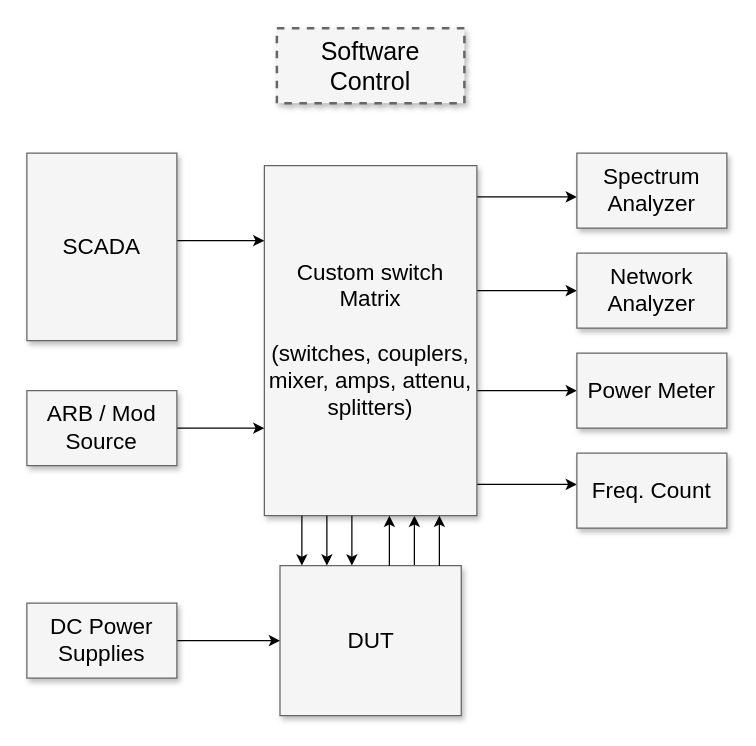
Before: OEE.drawio in IlScottlI/docs, a draw.io diagram. Source tidied: cells renumbered, new cells numbered last; positions are measured from the earlier drawing's top-left corner, leaving out a move shared by most shapes. Both pictures are drawn from the tidied source at 125%, with x=0, y=0 at pixel (26, 28).
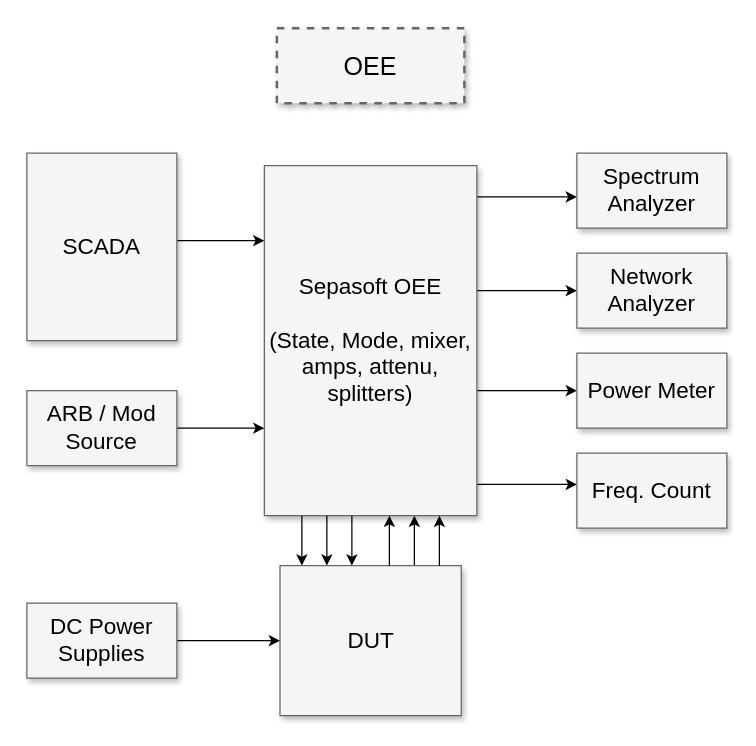
After the change.

The edit, as a diff of the source:
```diff
@@
-    <mxCell id="2" value="Software Control" style="whiteSpace=wrap;html=1;shadow=1;fontSize=20;fillColor=#f5f5f5;strokeColor=#666666;strokeWidth=2;dashed=1;" parent="1" vertex="1">
+    <mxCell id="2" value="OEE" style="whiteSpace=wrap;html=1;shadow=1;fontSize=20;fillColor=#f5f5f5;strokeColor=#666666;strokeWidth=2;dashed=1;" parent="1" vertex="1">
       <mxGeometry x="200" width="150" height="60" as="geometry" />
     </mxCell>
@@
-    <mxCell id="8" value="Custom switch Matrix&lt;div&gt;&lt;br&gt;&lt;/div&gt;&lt;div&gt;(switches, couplers, mixer, amps, attenu, splitters)&lt;/div&gt;" style="whiteSpace=wrap;html=1;shadow=1;fontSize=18;fillColor=#f5f5f5;strokeColor=#666666;" parent="1" vertex="1">
+    <mxCell id="8" value="Sepasoft OEE&lt;div&gt;&lt;br&gt;&lt;/div&gt;&lt;div&gt;(State, Mode, mixer, amps, attenu, splitters)&lt;/div&gt;" style="whiteSpace=wrap;html=1;shadow=1;fontSize=18;fillColor=#f5f5f5;strokeColor=#666666;" parent="1" vertex="1">
       <mxGeometry x="190" y="110" width="170" height="280" as="geometry" />
     </mxCell>
```
